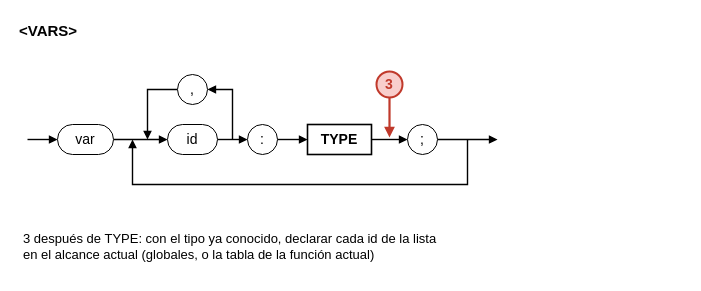
mykrex/compilador keeps this draw.io diagram as page "<VARS>" (2 of 14) of docs/diagramas/BabyDuck_puntos_neuralgicos.drawio. Above is the earlier version. Source tidied: cells renumbered, new cells numbered last; positions are measured from the earlier drawing's top-left corner, leaving out a move shared by most shapes. Both pictures are drawn from the tidied source at 100%, with x=0, y=0 at pixel (17, 17).
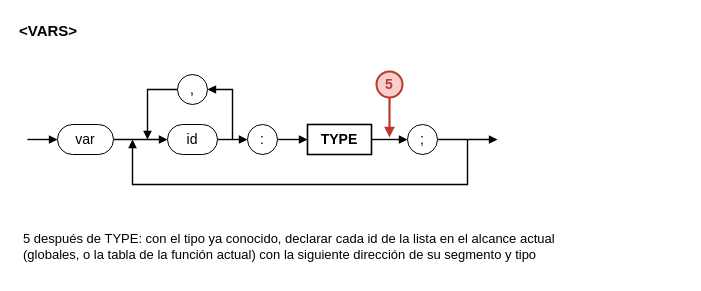
After the change.

Diff of the diagram source:
```diff
@@
-    <mxCell id="19" value="3" style="ellipse;shape=ellipse;perimeter=ellipsePerimeter;whiteSpace=wrap;html=1;fillColor=#F8CECC;strokeColor=#C0392B;strokeWidth=2;fontColor=#C0392B;fontStyle=1;fontSize=14;fontFamily=Arial;" parent="1" vertex="1">
+    <mxCell id="19" value="5" style="ellipse;shape=ellipse;perimeter=ellipsePerimeter;whiteSpace=wrap;html=1;fillColor=#F8CECC;strokeColor=#C0392B;strokeWidth=2;fontColor=#C0392B;fontStyle=1;fontSize=14;fontFamily=Arial;" parent="1" vertex="1">
       <mxGeometry x="359" y="54" width="26" height="26" as="geometry" />
     </mxCell>
-    <mxCell id="20" value="3  después de TYPE: con el tipo ya conocido, declarar cada id de la lista&#10;   en el alcance actual (globales, o la tabla de la función actual)" style="text;html=0;whiteSpace=wrap;fillColor=none;strokeColor=none;fontColor=#000000;align=left;verticalAlign=top;fontFamily=Arial;fontSize=13;spacingLeft=4;" parent="1" vertex="1">
-      <mxGeometry y="207" width="515" height="50" as="geometry" />
+    <mxCell id="20" value="5  después de TYPE: con el tipo ya conocido, declarar cada id de la lista en el alcance actual&#10;   (globales, o la tabla de la función actual) con la siguiente dirección de su segmento y tipo" style="text;html=0;whiteSpace=wrap;fillColor=none;strokeColor=none;fontColor=#000000;align=left;verticalAlign=top;fontFamily=Arial;fontSize=13;spacingLeft=4;" parent="1" vertex="1">
+      <mxGeometry y="207" width="667" height="50" as="geometry" />
     </mxCell>
```
